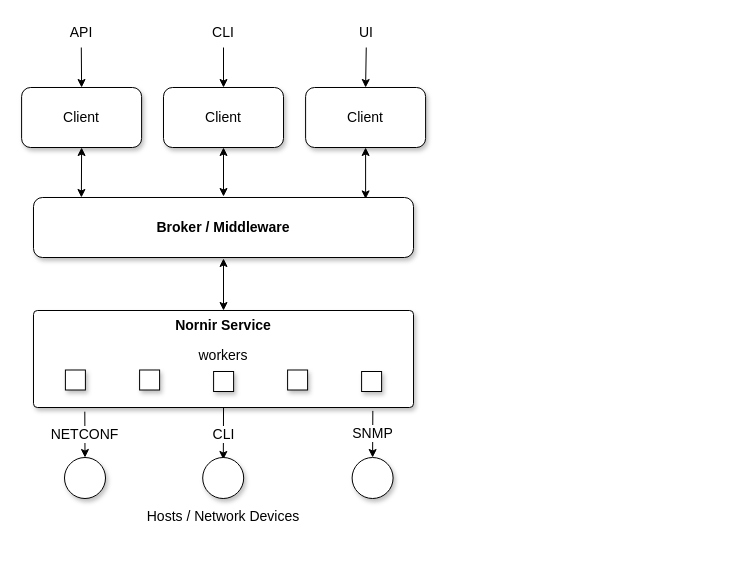
The draw.io diagram page "Nornir Service" (6 of 6) of site/images/ArcOverview.drawio in dmulyalin/NORFAB, before the edit. Source tidied: cells renumbered, new cells numbered last; positions are measured from the earlier drawing's top-left corner, leaving out a move shared by most shapes. Both pictures are drawn from the tidied source at 100%, with x=0, y=0 at pixel (21, 17).
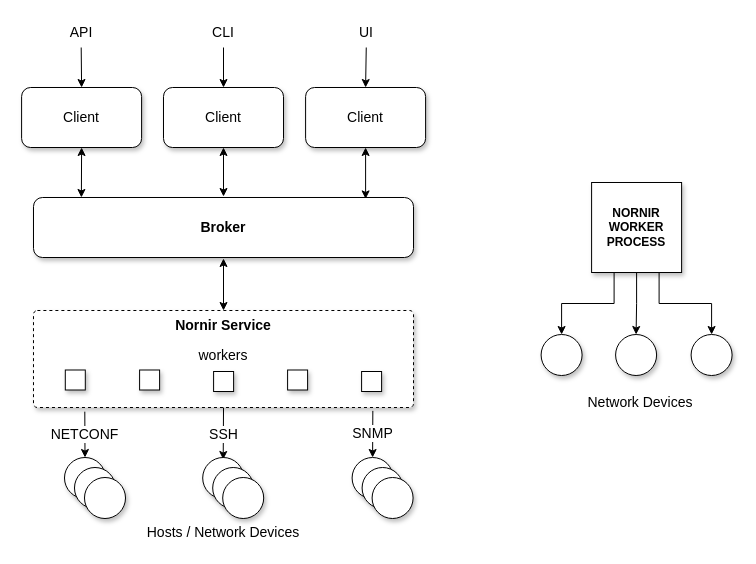
After the change.

Change to the diagram source:
```diff
@@
-    <mxCell id="2" value="Broker / Middleware" style="rounded=1;whiteSpace=wrap;html=1;glass=0;shadow=1;perimeterSpacing=1;fontStyle=1;fontSize=14;" parent="1" vertex="1">
+    <mxCell id="2" value="Broker" style="rounded=1;whiteSpace=wrap;html=1;glass=0;shadow=1;perimeterSpacing=1;fontStyle=1;fontSize=14;" parent="1" vertex="1">
       <mxGeometry x="12" y="180" width="380" height="60" as="geometry" />
     </mxCell>
@@
     <mxCell id="4" style="rounded=0;orthogonalLoop=1;jettySize=auto;html=1;exitX=0.5;exitY=1;exitDx=0;exitDy=0;entryX=0.5;entryY=0;entryDx=0;entryDy=0;fontSize=14;" parent="1" edge="1">
       <mxGeometry x="0.03" y="7" relative="1" as="geometry">
         <mxPoint x="202.1" y="376" as="sourcePoint" />
-        <mxPoint x="201.8" y="442" as="targetPoint" />
+        <mxPoint x="201.7" y="442" as="targetPoint" />
       </mxGeometry>
     </mxCell>
-    <mxCell id="5" value="CLI" style="edgeLabel;html=1;align=center;verticalAlign=middle;fontSize=14;" parent="4" vertex="1">
+    <mxCell id="5" value="SSH" style="edgeLabel;html=1;align=center;verticalAlign=middle;fontSize=14;" parent="4" vertex="1">
       <mxGeometry x="0.23" relative="1" as="geometry" />
     </mxCell>
@@
-    <mxCell id="8" value="Nornir Service" style="rounded=1;whiteSpace=wrap;html=1;shadow=1;glass=0;verticalAlign=top;arcSize=4;fontStyle=1;fontSize=14;" parent="1" vertex="1">
+    <mxCell id="8" value="Nornir Service" style="rounded=1;whiteSpace=wrap;html=1;shadow=1;glass=0;verticalAlign=top;arcSize=4;fontStyle=1;fontSize=14;dashed=1;" parent="1" vertex="1">
       <mxGeometry x="12" y="293" width="380" height="97" as="geometry" />
     </mxCell>
     <mxCell id="9" value="workers" style="text;html=1;align=center;verticalAlign=middle;whiteSpace=wrap;rounded=0;fontSize=14;" parent="1" vertex="1">
-      <mxGeometry x="171.8" y="322.5" width="60" height="30" as="geometry" />
+      <mxGeometry x="171.7" y="322.5" width="60" height="30" as="geometry" />
     </mxCell>
@@
     <mxCell id="13" value="Hosts / Network Devices" style="text;html=1;align=center;verticalAlign=middle;whiteSpace=wrap;rounded=0;fontSize=14;" parent="1" vertex="1">
-      <mxGeometry x="122.9" y="484" width="157.8" height="30" as="geometry" />
+      <mxGeometry x="122.8" y="500" width="157.8" height="30" as="geometry" />
     </mxCell>
@@
-    <mxCell id="20" style="whiteSpace=wrap;html=1;shadow=1;glass=0;" parent="1" vertex="1">
-      <mxGeometry x="340.1" y="354" width="20" height="20" as="geometry" />
-    </mxCell>
@@
     <mxCell id="23" style="whiteSpace=wrap;html=1;shadow=1;glass=0;" parent="1" vertex="1">
-      <mxGeometry x="43.9" y="352.5" width="20" height="20" as="geometry" />
+      <mxGeometry x="43.8" y="352.5" width="20" height="20" as="geometry" />
     </mxCell>
@@
     <mxCell id="25" value="API" style="text;html=1;align=center;verticalAlign=middle;whiteSpace=wrap;rounded=0;fontSize=14;" parent="1" vertex="1">
-      <mxGeometry x="29.8" width="60" height="30" as="geometry" />
+      <mxGeometry x="29.7" width="60" height="30" as="geometry" />
     </mxCell>
@@
+    <mxCell id="31" style="ellipse;whiteSpace=wrap;html=1;shadow=1;glass=0;fontSize=14;" parent="1" vertex="1">
+      <mxGeometry x="191.2" y="450" width="41" height="41" as="geometry" />
+    </mxCell>
+    <mxCell id="32" style="ellipse;whiteSpace=wrap;html=1;shadow=1;glass=0;fontSize=14;" parent="1" vertex="1">
+      <mxGeometry x="201.2" y="460" width="41" height="41" as="geometry" />
+    </mxCell>
+    <mxCell id="33" style="ellipse;whiteSpace=wrap;html=1;shadow=1;glass=0;fontSize=14;" parent="1" vertex="1">
+      <mxGeometry x="340.6" y="450" width="41" height="41" as="geometry" />
+    </mxCell>
+    <mxCell id="34" style="ellipse;whiteSpace=wrap;html=1;shadow=1;glass=0;fontSize=14;" parent="1" vertex="1">
+      <mxGeometry x="350.6" y="460" width="41" height="41" as="geometry" />
+    </mxCell>
+    <mxCell id="35" style="ellipse;whiteSpace=wrap;html=1;shadow=1;glass=0;fontSize=14;" parent="1" vertex="1">
+      <mxGeometry x="53" y="450" width="41" height="41" as="geometry" />
+    </mxCell>
+    <mxCell id="36" style="ellipse;whiteSpace=wrap;html=1;shadow=1;glass=0;fontSize=14;" parent="1" vertex="1">
+      <mxGeometry x="63" y="460" width="41" height="41" as="geometry" />
+    </mxCell>
+    <mxCell id="37" style="edgeStyle=orthogonalEdgeStyle;rounded=0;jettySize=auto;html=1;exitX=0.25;exitY=1;exitDx=0;exitDy=0;entryX=0.5;entryY=0;entryDx=0;entryDy=0;" parent="1" edge="1" source="40" target="41">
+      <mxGeometry relative="1" as="geometry" />
+    </mxCell>
+    <mxCell id="38" style="edgeStyle=orthogonalEdgeStyle;rounded=0;jettySize=auto;html=1;exitX=0.5;exitY=1;exitDx=0;exitDy=0;" parent="1" edge="1" source="40" target="42">
+      <mxGeometry relative="1" as="geometry" />
+    </mxCell>
+    <mxCell id="39" style="edgeStyle=orthogonalEdgeStyle;rounded=0;jettySize=auto;html=1;exitX=0.75;exitY=1;exitDx=0;exitDy=0;entryX=0.5;entryY=0;entryDx=0;entryDy=0;" parent="1" edge="1" source="40" target="43">
+      <mxGeometry relative="1" as="geometry" />
+    </mxCell>
+    <mxCell id="40" value="NORNIR&lt;br&gt;WORKER&lt;br&gt;PROCESS" style="whiteSpace=wrap;html=1;shadow=1;glass=0;fontStyle=1;" parent="1" vertex="1">
+      <mxGeometry x="570.1" y="165" width="90" height="90" as="geometry" />
+    </mxCell>
+    <mxCell id="41" style="ellipse;whiteSpace=wrap;html=1;shadow=1;glass=0;fontSize=14;" parent="1" vertex="1">
+      <mxGeometry x="519.6" y="317" width="41" height="41" as="geometry" />
+    </mxCell>
+    <mxCell id="42" style="ellipse;whiteSpace=wrap;html=1;shadow=1;glass=0;fontSize=14;" parent="1" vertex="1">
+      <mxGeometry x="594.1" y="317" width="41" height="41" as="geometry" />
+    </mxCell>
+    <mxCell id="43" style="ellipse;whiteSpace=wrap;html=1;shadow=1;glass=0;fontSize=14;" parent="1" vertex="1">
+      <mxGeometry x="669.6" y="317" width="41" height="41" as="geometry" />
+    </mxCell>
+    <mxCell id="44" value="Network Devices" style="text;html=1;align=center;verticalAlign=middle;whiteSpace=wrap;rounded=0;fontSize=14;" parent="1" vertex="1">
+      <mxGeometry x="540.1" y="370" width="157.8" height="30" as="geometry" />
+    </mxCell>
+    <mxCell id="20" style="whiteSpace=wrap;html=1;shadow=1;glass=0;" parent="1" vertex="1">
+      <mxGeometry x="340.1" y="354" width="20" height="20" as="geometry" />
+    </mxCell>
```
